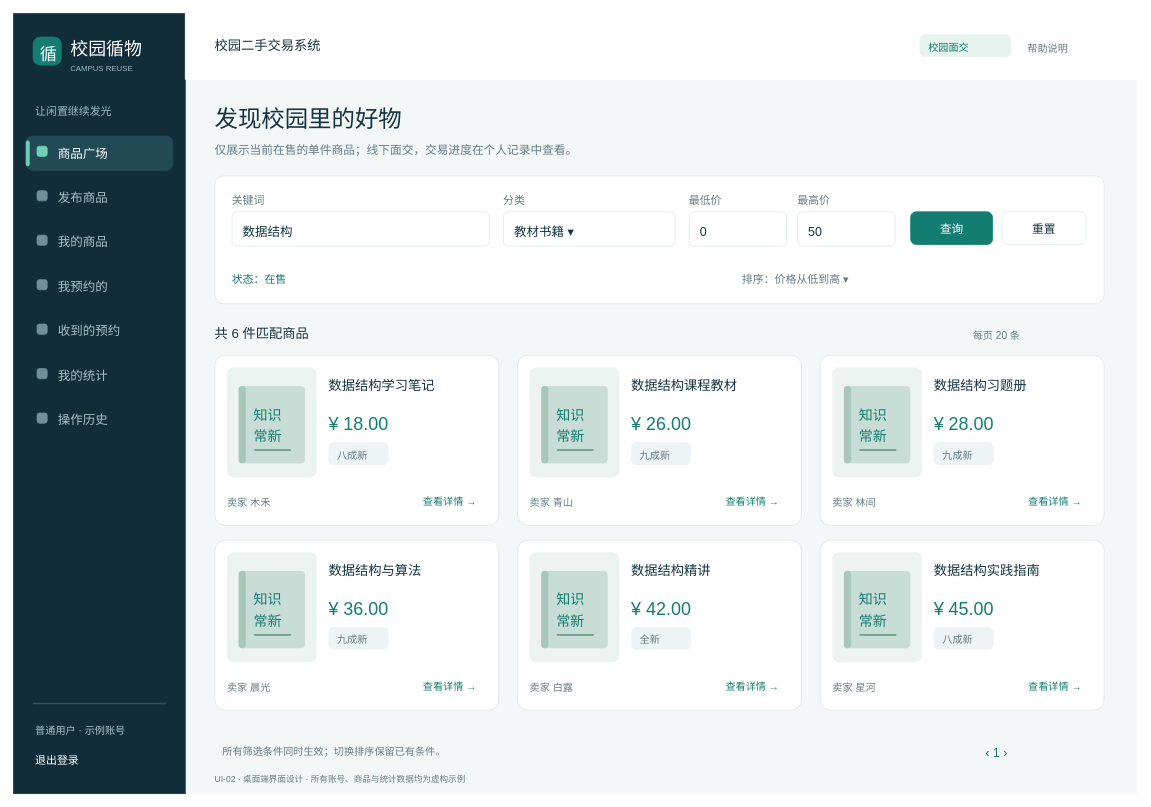
Above: page "界面02_发现校园里的好物" (2 of 14) of lab2/UI/校园循物_UI设计.drawio in hqzhao-debug/software-engineering-lab1 (draw.io), before the change. Source tidied: cells renumbered, new cells numbered last; positions are measured from the earlier drawing's top-left corner, leaving out a move shared by most shapes. Both pictures are drawn from the tidied source at 78%, with x=0, y=0 at pixel (13, 13).
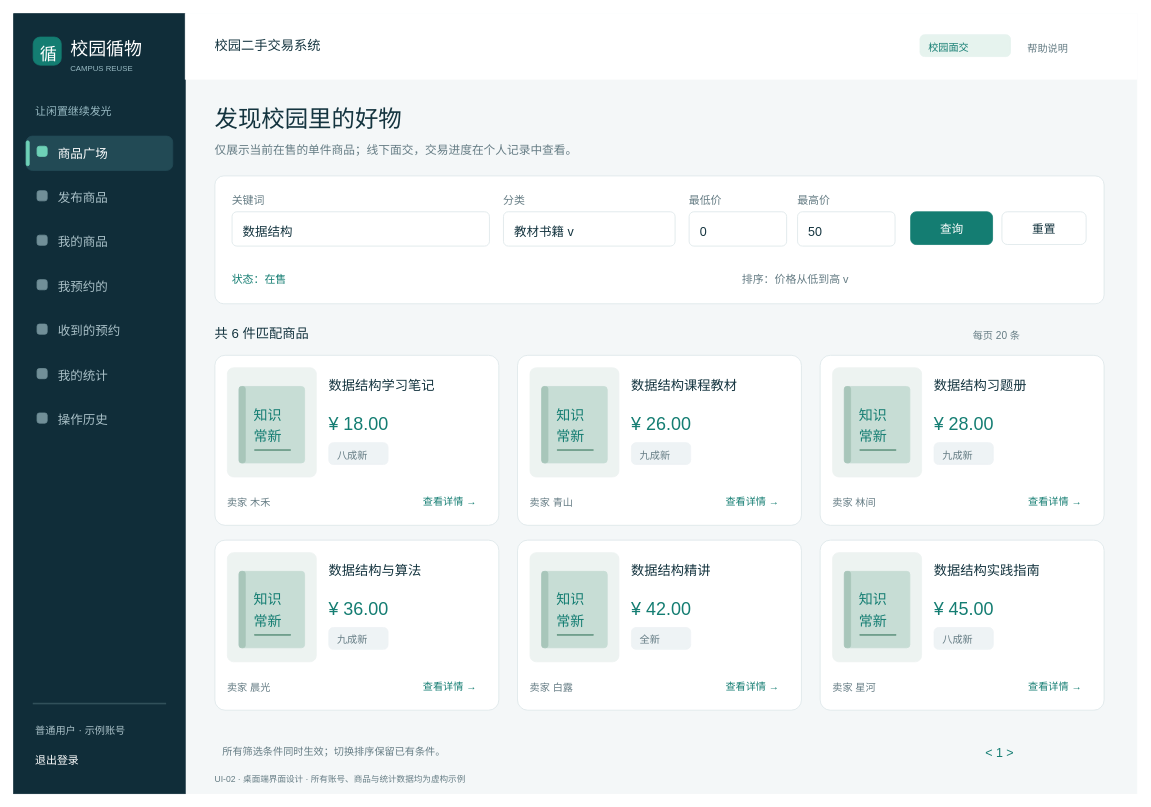
The same page after the edit.

The edit, as a diff of the source:
```diff
@@
-    <mxCell id="42" value="教材书籍  ▾" style="text;html=0;strokeColor=none;fillColor=none;align=left;verticalAlign=top;whiteSpace=wrap;rounded=0;fontFamily=Hiragino Sans GB;fontSize=16;fontColor=#14343F;spacing=0;" parent="1" vertex="1">
-      <mxGeometry x="642" y="266" width="103" height="28" as="geometry" />
+    <mxCell id="42" value="教材书籍  v" style="text;html=0;strokeColor=none;fillColor=none;align=left;verticalAlign=top;whiteSpace=wrap;rounded=0;fontFamily=Hiragino Sans GB;fontSize=16;fontColor=#14343F;spacing=0;" parent="1" vertex="1">
+      <mxGeometry x="642" y="266" width="95.5" height="28" as="geometry" />
     </mxCell>
@@
-    <mxCell id="54" value="排序：价格从低到高  ▾" style="text;html=0;strokeColor=none;fillColor=none;align=left;verticalAlign=top;whiteSpace=wrap;rounded=0;fontFamily=Hiragino Sans GB;fontSize=14;fontColor=#657C84;spacing=0;" parent="1" vertex="1">
-      <mxGeometry x="934" y="328" width="161" height="26" as="geometry" />
+    <mxCell id="54" value="排序：价格从低到高  v" style="text;html=0;strokeColor=none;fillColor=none;align=left;verticalAlign=top;whiteSpace=wrap;rounded=0;fontFamily=Hiragino Sans GB;fontSize=14;fontColor=#657C84;spacing=0;" parent="1" vertex="1">
+      <mxGeometry x="934" y="328" width="154.5" height="26" as="geometry" />
     </mxCell>
@@
-    <mxCell id="136" value="‹   1   ›" style="text;html=0;strokeColor=none;fillColor=none;align=left;verticalAlign=top;whiteSpace=wrap;rounded=0;fontFamily=Hiragino Sans GB;fontSize=16;fontColor=#147D72;spacing=0;" parent="1" vertex="1">
-      <mxGeometry x="1246" y="934" width="87.5" height="28" as="geometry" />
+    <mxCell id="136" value="&lt;   1   &gt;" style="text;html=0;strokeColor=none;fillColor=none;align=left;verticalAlign=top;whiteSpace=wrap;rounded=0;fontFamily=Hiragino Sans GB;fontSize=16;fontColor=#147D72;spacing=0;" parent="1" vertex="1">
+      <mxGeometry x="1246" y="934" width="71.5" height="28" as="geometry" />
     </mxCell>
```
